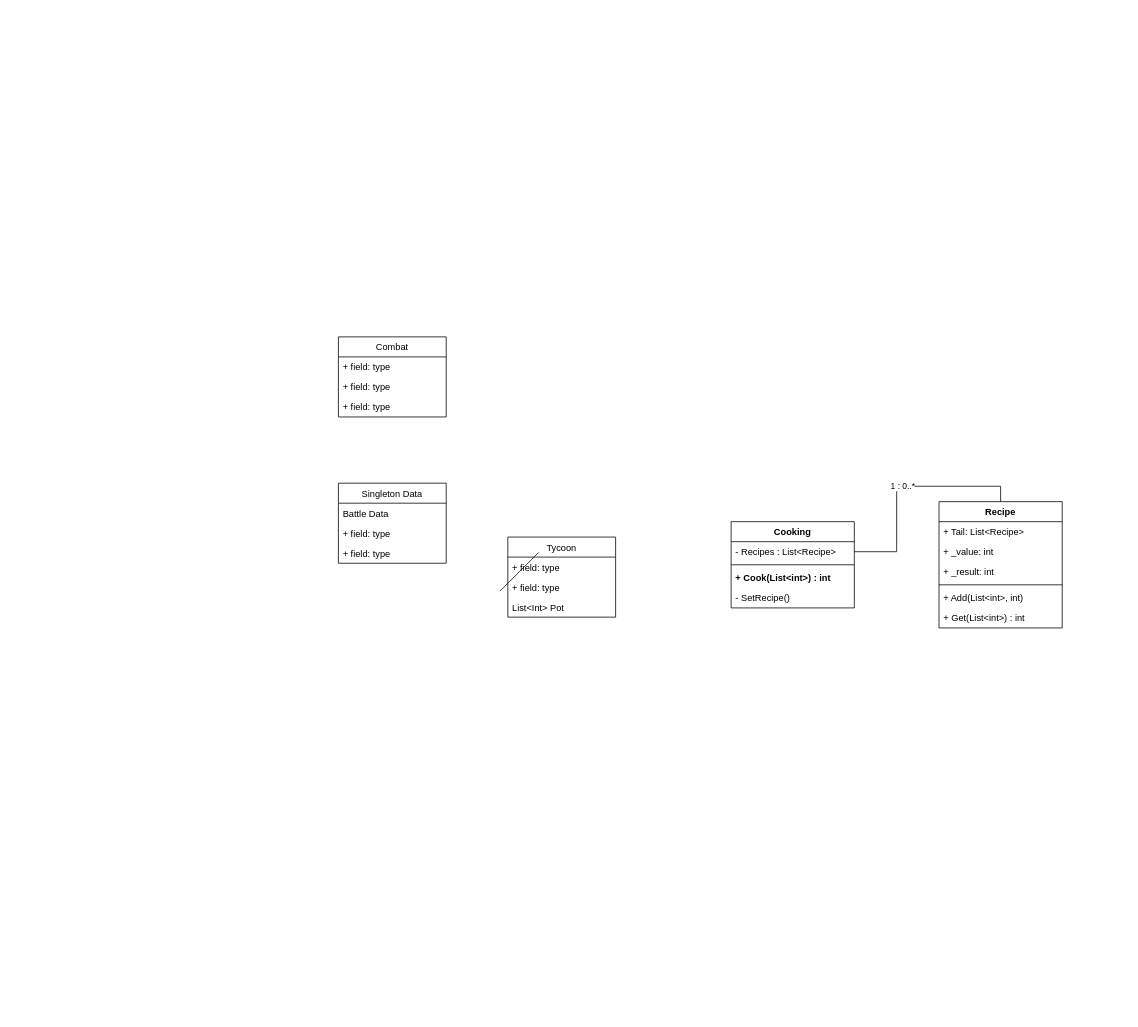
Earlier version of the draw.io diagram Untitled Diagram.drawio (mintti/witchs). Source tidied: cells renumbered, new cells numbered last; positions are measured from the earlier drawing's top-left corner, leaving out a move shared by most shapes. Both pictures are drawn from the tidied source at 77%, with x=0, y=0 at pixel (338, 336).
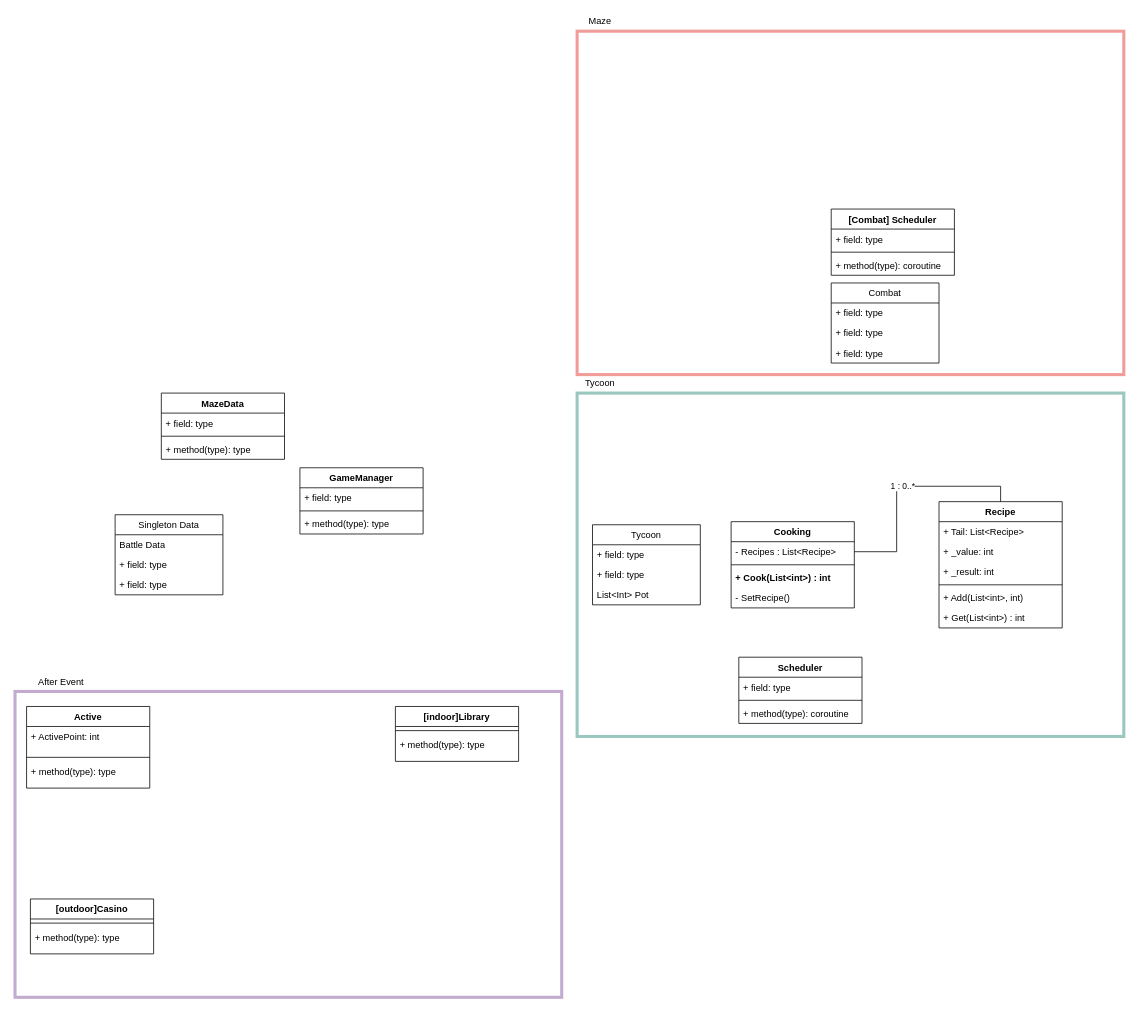
The same page after the edit.

Change to the diagram source:
```diff
@@
+    <mxCell id="28" style="group;" parent="1" vertex="1">
+      <mxGeometry x="-420" y="440" width="710" height="440" as="geometry" />
+    </mxCell>
+    <mxCell id="29" style="rounded=0;whiteSpace=wrap;html=1;strokeColor=#C3ABD0;strokeWidth=4;" parent="28" vertex="1">
+      <mxGeometry y="20.5" width="710" height="397.2" as="geometry" />
+    </mxCell>
+    <mxCell id="30" value="[indoor]Library" style="swimlane;fontStyle=1;align=center;verticalAlign=top;horizontal=1;startSize=26;strokeColor=#000000;strokeWidth=1;" parent="28" vertex="1">
+      <mxGeometry x="494" y="40" width="160" height="71.3" as="geometry" />
+    </mxCell>
+    <mxCell id="31" style="line;strokeWidth=1;fillColor=none;align=left;verticalAlign=middle;spacingTop=-1;spacingLeft=3;spacingRight=3;labelPosition=right;" parent="30" vertex="1">
+      <mxGeometry y="26" width="160" height="10.7" as="geometry" />
+    </mxCell>
+    <mxCell id="32" value="+ method(type): type" style="text;strokeColor=none;fillColor=none;align=left;verticalAlign=top;spacingLeft=4;spacingRight=4;overflow=hidden;" parent="30" vertex="1">
+      <mxGeometry y="36.7" width="160" height="34.7" as="geometry" />
+    </mxCell>
+    <mxCell id="33" value="Active" style="swimlane;fontStyle=1;align=center;verticalAlign=top;horizontal=1;startSize=26;strokeColor=#000000;strokeWidth=1;" parent="28" vertex="1">
+      <mxGeometry x="15" y="40" width="160" height="106" as="geometry" />
+    </mxCell>
+    <mxCell id="34" value="+ ActivePoint: int" style="text;strokeColor=none;fillColor=none;align=left;verticalAlign=top;spacingLeft=4;spacingRight=4;overflow=hidden;" parent="33" vertex="1">
+      <mxGeometry y="26" width="160" height="34.7" as="geometry" />
+    </mxCell>
+    <mxCell id="35" style="line;strokeWidth=1;fillColor=none;align=left;verticalAlign=middle;spacingTop=-1;spacingLeft=3;spacingRight=3;labelPosition=right;" parent="33" vertex="1">
+      <mxGeometry y="60.7" width="160" height="10.7" as="geometry" />
+    </mxCell>
+    <mxCell id="36" value="+ method(type): type" style="text;strokeColor=none;fillColor=none;align=left;verticalAlign=top;spacingLeft=4;spacingRight=4;overflow=hidden;" parent="33" vertex="1">
+      <mxGeometry y="71.3" width="160" height="34.7" as="geometry" />
+    </mxCell>
+    <mxCell id="37" value="After Event" style="text;html=1;strokeColor=none;fillColor=none;align=center;verticalAlign=middle;whiteSpace=wrap;rounded=0;" parent="28" vertex="1">
+      <mxGeometry x="10" width="100" height="17.8" as="geometry" />
+    </mxCell>
+    <mxCell id="38" value="[outdoor]Casino" style="swimlane;fontStyle=1;align=center;verticalAlign=top;horizontal=1;startSize=26;strokeColor=#000000;strokeWidth=1;" parent="28" vertex="1">
+      <mxGeometry x="20" y="290" width="160" height="71.3" as="geometry" />
+    </mxCell>
+    <mxCell id="39" style="line;strokeWidth=1;fillColor=none;align=left;verticalAlign=middle;spacingTop=-1;spacingLeft=3;spacingRight=3;labelPosition=right;" parent="38" vertex="1">
+      <mxGeometry y="26" width="160" height="10.7" as="geometry" />
+    </mxCell>
+    <mxCell id="40" value="+ method(type): type" style="text;strokeColor=none;fillColor=none;align=left;verticalAlign=top;spacingLeft=4;spacingRight=4;overflow=hidden;" parent="38" vertex="1">
+      <mxGeometry y="36.7" width="160" height="34.7" as="geometry" />
+    </mxCell>
+    <mxCell id="41" style="group;" parent="1" vertex="1">
+      <mxGeometry x="310" y="-420" width="710" height="494" as="geometry" />
+    </mxCell>
+    <mxCell id="42" style="rounded=0;whiteSpace=wrap;html=1;strokeColor=#F19C99;strokeWidth=4;" parent="41" vertex="1">
+      <mxGeometry y="23" width="710" height="446" as="geometry" />
+    </mxCell>
+    <mxCell id="43" value="Maze" style="text;html=1;strokeColor=none;fillColor=none;align=center;verticalAlign=middle;whiteSpace=wrap;rounded=0;" parent="41" vertex="1">
+      <mxGeometry x="10" width="40" height="20" as="geometry" />
+    </mxCell>
+    <mxCell id="44" value="[Combat] Scheduler" style="swimlane;fontStyle=1;align=center;verticalAlign=top;horizontal=1;startSize=26;" parent="41" vertex="1">
+      <mxGeometry x="330" y="254" width="160" height="86" as="geometry" />
+    </mxCell>
+    <mxCell id="45" value="+ field: type" style="text;strokeColor=none;fillColor=none;align=left;verticalAlign=top;spacingLeft=4;spacingRight=4;overflow=hidden;" parent="44" vertex="1">
+      <mxGeometry y="26" width="160" height="26" as="geometry" />
+    </mxCell>
+    <mxCell id="46" style="line;strokeWidth=1;fillColor=none;align=left;verticalAlign=middle;spacingTop=-1;spacingLeft=3;spacingRight=3;labelPosition=right;" parent="44" vertex="1">
+      <mxGeometry y="52" width="160" height="8" as="geometry" />
+    </mxCell>
+    <mxCell id="47" value="+ method(type): coroutine" style="text;strokeColor=none;fillColor=none;align=left;verticalAlign=top;spacingLeft=4;spacingRight=4;overflow=hidden;" parent="44" vertex="1">
+      <mxGeometry y="60" width="160" height="26" as="geometry" />
+    </mxCell>
-    <mxCell id="2" value="Combat" style="swimlane;fontStyle=0;horizontal=1;startSize=26;fillColor=none;" parent="1" vertex="1">
-      <mxGeometry width="140" height="104" as="geometry" />
+    <mxCell id="2" value="Combat" style="swimlane;fontStyle=0;horizontal=1;startSize=26;fillColor=none;" parent="41" vertex="1">
+      <mxGeometry x="330" y="350" width="140" height="104" as="geometry" />
     </mxCell>
@@
-    <mxCell id="6" value="Singleton Data" style="swimlane;fontStyle=0;horizontal=1;startSize=26;fillColor=none;" parent="1" vertex="1">
-      <mxGeometry y="190" width="140" height="104" as="geometry" />
-    </mxCell>
-    <mxCell id="7" value="Battle Data" style="text;strokeColor=none;fillColor=none;align=left;verticalAlign=top;spacingLeft=4;spacingRight=4;overflow=hidden;" parent="6" vertex="1">
-      <mxGeometry y="26" width="140" height="26" as="geometry" />
-    </mxCell>
-    <mxCell id="8" value="+ field: type" style="text;strokeColor=none;fillColor=none;align=left;verticalAlign=top;spacingLeft=4;spacingRight=4;overflow=hidden;" parent="6" vertex="1">
-      <mxGeometry y="52" width="140" height="26" as="geometry" />
-    </mxCell>
-    <mxCell id="9" value="+ field: type" style="text;strokeColor=none;fillColor=none;align=left;verticalAlign=top;spacingLeft=4;spacingRight=4;overflow=hidden;" parent="6" vertex="1">
-      <mxGeometry y="78" width="140" height="26" as="geometry" />
-    </mxCell>
-    <mxCell id="10" value="Tycoon" style="swimlane;fontStyle=0;horizontal=1;startSize=26;fillColor=none;" parent="1" vertex="1">
-      <mxGeometry x="220" y="260" width="140" height="104" as="geometry" />
-    </mxCell>
-    <mxCell id="11" value="+ field: type" style="text;strokeColor=none;fillColor=none;align=left;verticalAlign=top;spacingLeft=4;spacingRight=4;overflow=hidden;" parent="10" vertex="1">
-      <mxGeometry y="26" width="140" height="26" as="geometry" />
-    </mxCell>
-    <mxCell id="12" value="+ field: type" style="text;strokeColor=none;fillColor=none;align=left;verticalAlign=top;spacingLeft=4;spacingRight=4;overflow=hidden;" parent="10" vertex="1">
-      <mxGeometry y="52" width="140" height="26" as="geometry" />
-    </mxCell>
-    <mxCell id="13" value="List&lt;Int&gt; Pot" style="text;strokeColor=none;fillColor=none;align=left;verticalAlign=top;spacingLeft=4;spacingRight=4;overflow=hidden;" parent="10" vertex="1">
-      <mxGeometry y="78" width="140" height="26" as="geometry" />
-    </mxCell>
-    <mxCell id="14" style="endArrow=none;html=1;" parent="1" edge="1">
-      <mxGeometry relative="1" as="geometry">
-        <mxPoint x="210" y="330" as="sourcePoint" />
-        <mxPoint x="260" y="280" as="targetPoint" />
-      </mxGeometry>
-    </mxCell>
+    <mxCell id="48" style="group;" parent="1" vertex="1">
+      <mxGeometry x="310" y="50" width="710" height="494" as="geometry" />
+    </mxCell>
+    <mxCell id="49" style="rounded=0;whiteSpace=wrap;html=1;strokeColor=#9AC7BF;strokeWidth=4;" parent="48" vertex="1">
+      <mxGeometry y="23" width="710" height="446" as="geometry" />
+    </mxCell>
+    <mxCell id="50" value="Tycoon" style="text;html=1;strokeColor=none;fillColor=none;align=center;verticalAlign=middle;whiteSpace=wrap;rounded=0;" parent="48" vertex="1">
+      <mxGeometry x="10" width="40" height="20" as="geometry" />
+    </mxCell>
+    <mxCell id="51" value="Scheduler" style="swimlane;fontStyle=1;align=center;verticalAlign=top;horizontal=1;startSize=26;" parent="48" vertex="1">
+      <mxGeometry x="210" y="366" width="160" height="86" as="geometry" />
+    </mxCell>
+    <mxCell id="52" value="+ field: type" style="text;strokeColor=none;fillColor=none;align=left;verticalAlign=top;spacingLeft=4;spacingRight=4;overflow=hidden;" parent="51" vertex="1">
+      <mxGeometry y="26" width="160" height="26" as="geometry" />
+    </mxCell>
+    <mxCell id="53" style="line;strokeWidth=1;fillColor=none;align=left;verticalAlign=middle;spacingTop=-1;spacingLeft=3;spacingRight=3;labelPosition=right;" parent="51" vertex="1">
+      <mxGeometry y="52" width="160" height="8" as="geometry" />
+    </mxCell>
+    <mxCell id="54" value="+ method(type): coroutine" style="text;strokeColor=none;fillColor=none;align=left;verticalAlign=top;spacingLeft=4;spacingRight=4;overflow=hidden;" parent="51" vertex="1">
+      <mxGeometry y="60" width="160" height="26" as="geometry" />
+    </mxCell>
@@
+    <mxCell id="10" value="Tycoon" style="swimlane;fontStyle=0;horizontal=1;startSize=26;fillColor=none;" parent="1" vertex="1">
+      <mxGeometry x="330" y="244" width="140" height="104" as="geometry" />
+    </mxCell>
+    <mxCell id="11" value="+ field: type" style="text;strokeColor=none;fillColor=none;align=left;verticalAlign=top;spacingLeft=4;spacingRight=4;overflow=hidden;" parent="10" vertex="1">
+      <mxGeometry y="26" width="140" height="26" as="geometry" />
+    </mxCell>
+    <mxCell id="12" value="+ field: type" style="text;strokeColor=none;fillColor=none;align=left;verticalAlign=top;spacingLeft=4;spacingRight=4;overflow=hidden;" parent="10" vertex="1">
+      <mxGeometry y="52" width="140" height="26" as="geometry" />
+    </mxCell>
+    <mxCell id="13" value="List&lt;Int&gt; Pot" style="text;strokeColor=none;fillColor=none;align=left;verticalAlign=top;spacingLeft=4;spacingRight=4;overflow=hidden;" parent="10" vertex="1">
+      <mxGeometry y="78" width="140" height="26" as="geometry" />
+    </mxCell>
+    <mxCell id="6" value="Singleton Data" style="swimlane;fontStyle=0;horizontal=1;startSize=26;fillColor=none;" parent="1" vertex="1">
+      <mxGeometry x="-290" y="231" width="140" height="104" as="geometry" />
+    </mxCell>
+    <mxCell id="7" value="Battle Data" style="text;strokeColor=none;fillColor=none;align=left;verticalAlign=top;spacingLeft=4;spacingRight=4;overflow=hidden;" parent="6" vertex="1">
+      <mxGeometry y="26" width="140" height="26" as="geometry" />
+    </mxCell>
+    <mxCell id="8" value="+ field: type" style="text;strokeColor=none;fillColor=none;align=left;verticalAlign=top;spacingLeft=4;spacingRight=4;overflow=hidden;" parent="6" vertex="1">
+      <mxGeometry y="52" width="140" height="26" as="geometry" />
+    </mxCell>
+    <mxCell id="9" value="+ field: type" style="text;strokeColor=none;fillColor=none;align=left;verticalAlign=top;spacingLeft=4;spacingRight=4;overflow=hidden;" parent="6" vertex="1">
+      <mxGeometry y="78" width="140" height="26" as="geometry" />
+    </mxCell>
+    <mxCell id="55" value="GameManager" style="swimlane;fontStyle=1;align=center;verticalAlign=top;horizontal=1;startSize=26;strokeColor=#000000;strokeWidth=1;" parent="1" vertex="1">
+      <mxGeometry x="-50" y="170" width="160" height="86" as="geometry" />
+    </mxCell>
+    <mxCell id="56" value="+ field: type" style="text;strokeColor=none;fillColor=none;align=left;verticalAlign=top;spacingLeft=4;spacingRight=4;overflow=hidden;" parent="55" vertex="1">
+      <mxGeometry y="26" width="160" height="26" as="geometry" />
+    </mxCell>
+    <mxCell id="57" style="line;strokeWidth=1;fillColor=none;align=left;verticalAlign=middle;spacingTop=-1;spacingLeft=3;spacingRight=3;labelPosition=right;" parent="55" vertex="1">
+      <mxGeometry y="52" width="160" height="8" as="geometry" />
+    </mxCell>
+    <mxCell id="58" value="+ method(type): type" style="text;strokeColor=none;fillColor=none;align=left;verticalAlign=top;spacingLeft=4;spacingRight=4;overflow=hidden;" parent="55" vertex="1">
+      <mxGeometry y="60" width="160" height="26" as="geometry" />
+    </mxCell>
+    <mxCell id="59" value="MazeData" style="swimlane;fontStyle=1;align=center;verticalAlign=top;horizontal=1;startSize=26;strokeColor=#000000;strokeWidth=1;" parent="1" vertex="1">
+      <mxGeometry x="-230" y="73" width="160" height="86" as="geometry" />
+    </mxCell>
+    <mxCell id="60" value="+ field: type" style="text;strokeColor=none;fillColor=none;align=left;verticalAlign=top;spacingLeft=4;spacingRight=4;overflow=hidden;" parent="59" vertex="1">
+      <mxGeometry y="26" width="160" height="26" as="geometry" />
+    </mxCell>
+    <mxCell id="61" style="line;strokeWidth=1;fillColor=none;align=left;verticalAlign=middle;spacingTop=-1;spacingLeft=3;spacingRight=3;labelPosition=right;" parent="59" vertex="1">
+      <mxGeometry y="52" width="160" height="8" as="geometry" />
+    </mxCell>
+    <mxCell id="62" value="+ method(type): type" style="text;strokeColor=none;fillColor=none;align=left;verticalAlign=top;spacingLeft=4;spacingRight=4;overflow=hidden;" parent="59" vertex="1">
+      <mxGeometry y="60" width="160" height="26" as="geometry" />
+    </mxCell>
```
